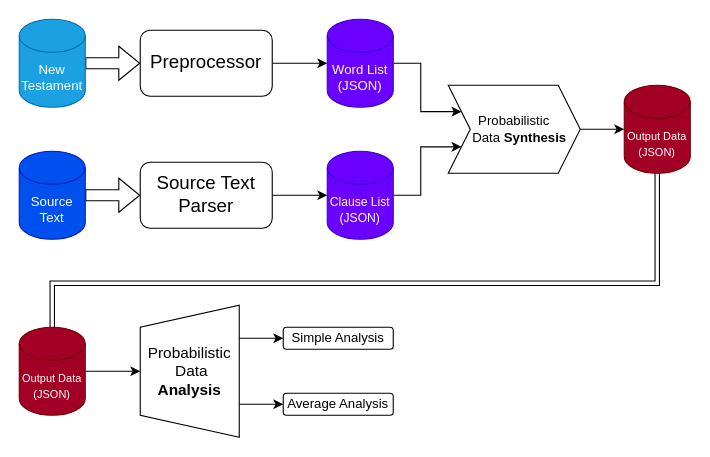
Before: media/program_flow.drawio in TheJellyDonuts/Scripture-Quotation-Identification, a draw.io diagram. Source tidied: cells renumbered, new cells numbered last; positions are measured from the earlier drawing's top-left corner, leaving out a move shared by most shapes. Both pictures are drawn from the tidied source at 110%, with x=0, y=0 at pixel (19, 19).
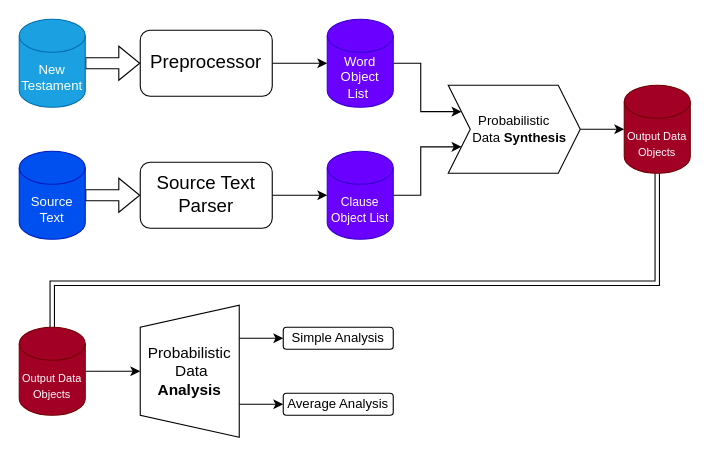
The same page after the edit.

Diff of the diagram source:
```diff
@@
-    <mxCell id="7" value="&lt;font style=&quot;font-size: 11px;&quot;&gt;Clause List&lt;br&gt;(JSON)&lt;/font&gt;" style="shape=cylinder3;whiteSpace=wrap;html=1;boundedLbl=1;backgroundOutline=1;size=15;fillColor=#6a00ff;fontColor=#ffffff;strokeColor=#3700CC;" parent="1" vertex="1">
+    <mxCell id="7" value="&lt;font style=&quot;font-size: 11px;&quot;&gt;Clause Object List&lt;br&gt;&lt;/font&gt;" style="shape=cylinder3;whiteSpace=wrap;html=1;boundedLbl=1;backgroundOutline=1;size=15;fillColor=#6a00ff;fontColor=#ffffff;strokeColor=#3700CC;" parent="1" vertex="1">
       <mxGeometry x="280" y="120" width="60" height="80" as="geometry" />
     </mxCell>
@@
-    <mxCell id="9" value="Word List (JSON)" style="shape=cylinder3;whiteSpace=wrap;html=1;boundedLbl=1;backgroundOutline=1;size=15;fillColor=#6a00ff;fontColor=#ffffff;strokeColor=#3700CC;" parent="1" vertex="1">
+    <mxCell id="9" value="Word Object List&amp;nbsp;" style="shape=cylinder3;whiteSpace=wrap;html=1;boundedLbl=1;backgroundOutline=1;size=15;fillColor=#6a00ff;fontColor=#ffffff;strokeColor=#3700CC;" parent="1" vertex="1">
       <mxGeometry x="280" width="60" height="80" as="geometry" />
     </mxCell>
@@
-    <mxCell id="17" value="&lt;font style=&quot;font-size: 10px;&quot;&gt;Output Data (JSON)&lt;/font&gt;" style="shape=cylinder3;whiteSpace=wrap;html=1;boundedLbl=1;backgroundOutline=1;size=15;fillColor=#a20025;fontColor=#ffffff;strokeColor=#6F0000;" parent="1" vertex="1">
+    <mxCell id="17" value="&lt;font style=&quot;font-size: 10px;&quot;&gt;Output Data Objects&lt;/font&gt;" style="shape=cylinder3;whiteSpace=wrap;html=1;boundedLbl=1;backgroundOutline=1;size=15;fillColor=#a20025;fontColor=#ffffff;strokeColor=#6F0000;" parent="1" vertex="1">
       <mxGeometry x="550" y="60" width="60" height="80" as="geometry" />
     </mxCell>
@@
-    <mxCell id="22" value="&lt;font style=&quot;font-size: 10px;&quot;&gt;Output Data (JSON)&lt;/font&gt;" style="shape=cylinder3;whiteSpace=wrap;html=1;boundedLbl=1;backgroundOutline=1;size=15;fillColor=#a20025;fontColor=#ffffff;strokeColor=#6F0000;" parent="1" vertex="1">
+    <mxCell id="22" value="&lt;font style=&quot;font-size: 10px;&quot;&gt;Output Data Objects&lt;/font&gt;" style="shape=cylinder3;whiteSpace=wrap;html=1;boundedLbl=1;backgroundOutline=1;size=15;fillColor=#a20025;fontColor=#ffffff;strokeColor=#6F0000;" parent="1" vertex="1">
       <mxGeometry y="280" width="60" height="80" as="geometry" />
     </mxCell>
```
